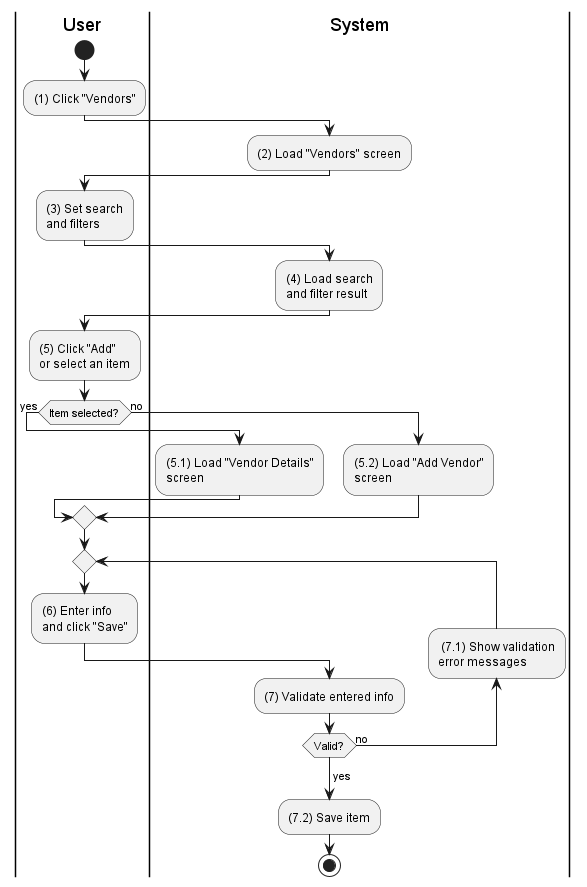
Earlier version of the PlantUML export activities/vendor-manage.png (phihungha/scmss-reqs). Source of this version:
```plantuml
@startuml vendor-manage
|u|User
|s|System

|u|
start
:(1) Click "Vendors";

|s|
:(2) Load "Vendors" screen;

|u|
:(3) Set search\nand filters;

|s|
:(4) Load search\nand filter result;

|u|
:(5) Click "Add"\nor select an item;

if (Item selected?) then (yes)
|s|
:(5.1) Load "Vendor Details"\nscreen;
else (no)
:(5.2) Load "Add Vendor"\nscreen;
endif

|u|
repeat
    :(6) Enter info\nand click "Save";

    |s|
    :(7) Validate entered info;
    backward: (7.1) Show validation\nerror messages;
repeat while (Valid?) is (no)
->yes;
:(7.2) Save item;
stop
@enduml
```
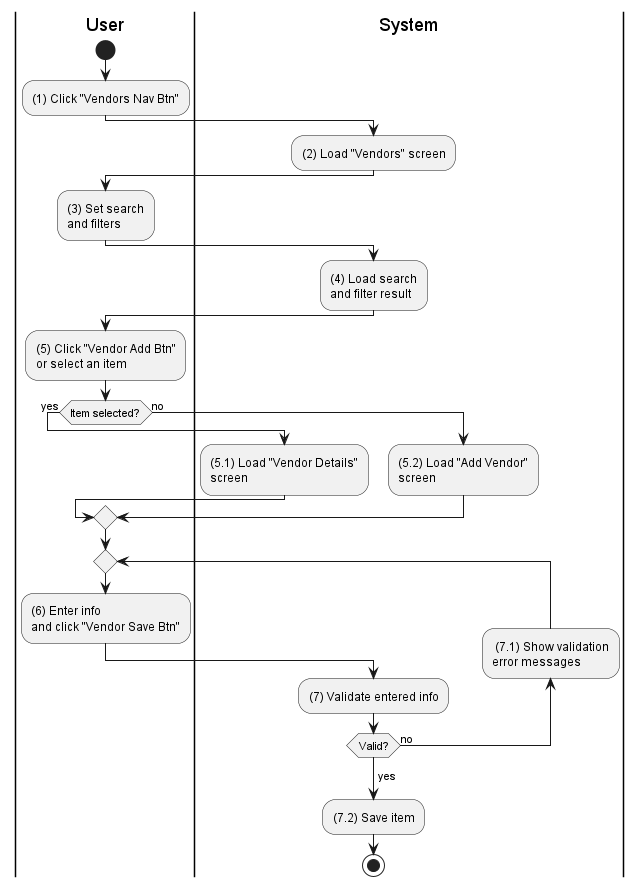
Above is the later version.

The edit, as a diff of the source:
```diff
@@ -4,7 +4,7 @@
 
 |u|
 start
-:(1) Click "Vendors";
+:(1) Click "Vendors Nav Btn";
 
 |s|
 :(2) Load "Vendors" screen;
@@ -16,7 +16,7 @@
 :(4) Load search\nand filter result;
 
 |u|
-:(5) Click "Add"\nor select an item;
+:(5) Click "Vendor Add Btn"\nor select an item;
 
 if (Item selected?) then (yes)
 |s|
@@ -27,7 +27,7 @@
 
 |u|
 repeat
-    :(6) Enter info\nand click "Save";
+    :(6) Enter info\nand click "Vendor Save Btn";
 
     |s|
     :(7) Validate entered info;
```
